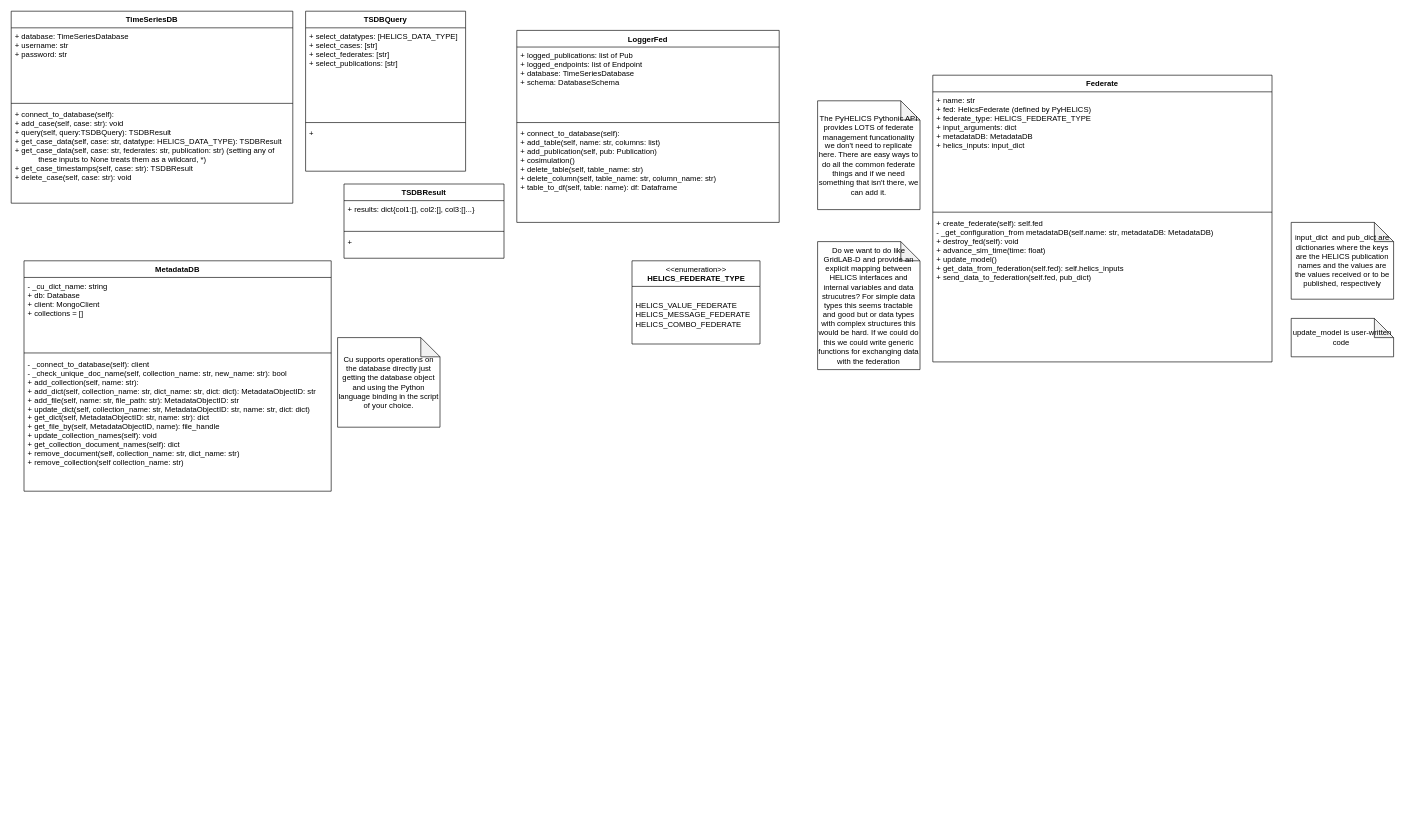
The draw.io diagram docs/FY24_copper_classes.drawio in pnnl/cst, before the edit. Source tidied: cells renumbered, new cells numbered last; positions are measured from the earlier drawing's top-left corner, leaving out a move shared by most shapes. Both pictures are drawn from the tidied source at 64%, with x=0, y=0 at pixel (11, 11).
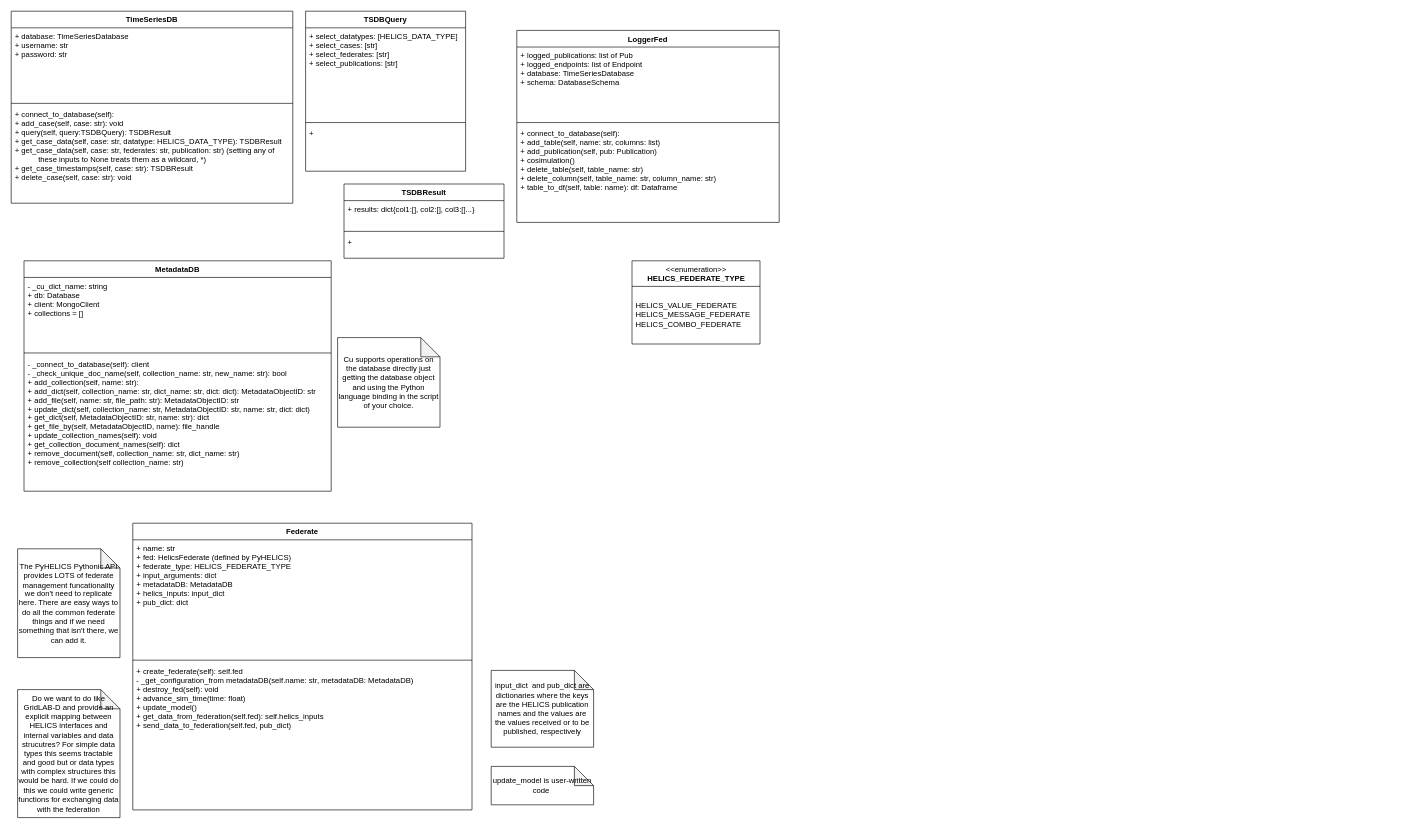
The same page after the edit.

Commit message:
Update class diagram

The edit, as a diff of the source:
```diff
@@
     <mxCell id="23" value="Federate" style="swimlane;fontStyle=1;align=center;verticalAlign=top;horizontal=1;startSize=26;" parent="1" vertex="1">
-      <mxGeometry x="1440" y="100" width="530" height="448" as="geometry" />
+      <mxGeometry x="190" y="800" width="530" height="448" as="geometry" />
     </mxCell>
-    <mxCell id="24" value="+ name: str&#10;+ fed: HelicsFederate (defined by PyHELICS)&#10;+ federate_type: HELICS_FEDERATE_TYPE&#10;+ input_arguments: dict&#10;+ metadataDB: MetadataDB&#10;+ helics_inputs: input_dict" style="text;strokeColor=none;fillColor=none;align=left;verticalAlign=top;spacingLeft=4;spacingRight=4;overflow=hidden;" parent="23" vertex="1">
+    <mxCell id="24" value="+ name: str&#10;+ fed: HelicsFederate (defined by PyHELICS)&#10;+ federate_type: HELICS_FEDERATE_TYPE&#10;+ input_arguments: dict&#10;+ metadataDB: MetadataDB&#10;+ helics_inputs: input_dict&#10;+ pub_dict: dict" style="text;strokeColor=none;fillColor=none;align=left;verticalAlign=top;spacingLeft=4;spacingRight=4;overflow=hidden;" parent="23" vertex="1">
       <mxGeometry y="26" width="530" height="184" as="geometry" />
     </mxCell>
@@
     <mxCell id="29" value="The PyHELICS Pythonic API provides LOTS of federate management funcationality we don't need to replicate here. There are easy ways to do all the common federate things and if we need something that isn't there, we can add it." style="shape=note;whiteSpace=wrap;html=1;backgroundOutline=1;darkOpacity=0.05;" parent="1" vertex="1">
-      <mxGeometry x="1260" y="140" width="160" height="170" as="geometry" />
+      <mxGeometry x="10" y="840" width="160" height="170" as="geometry" />
     </mxCell>
     <mxCell id="30" value="Do we want to do like GridLAB-D and provide an explicit mapping between HELICS interfaces and internal variables and data strucutres? For simple data types this seems tractable and good but or data types with complex structures this would be hard. If we could do this we could write generic functions for exchanging data with the federation" style="shape=note;whiteSpace=wrap;html=1;backgroundOutline=1;darkOpacity=0.05;" parent="1" vertex="1">
-      <mxGeometry x="1260" y="360" width="160" height="200" as="geometry" />
+      <mxGeometry x="10" y="1060" width="160" height="200" as="geometry" />
     </mxCell>
     <mxCell id="31" value="input_dict&amp;nbsp; and pub_dict are dictionaries where the keys are the HELICS publication names and the values are the values received or to be published, respectively" style="shape=note;whiteSpace=wrap;html=1;backgroundOutline=1;darkOpacity=0.05;" parent="1" vertex="1">
-      <mxGeometry x="2000" y="330" width="160" height="120" as="geometry" />
+      <mxGeometry x="750" y="1030" width="160" height="120" as="geometry" />
     </mxCell>
     <mxCell id="32" value="update_model is user-written code&amp;nbsp;" style="shape=note;whiteSpace=wrap;html=1;backgroundOutline=1;darkOpacity=0.05;" parent="1" vertex="1">
-      <mxGeometry x="2000" y="480" width="160" height="60" as="geometry" />
+      <mxGeometry x="750" y="1180" width="160" height="60" as="geometry" />
     </mxCell>
```
